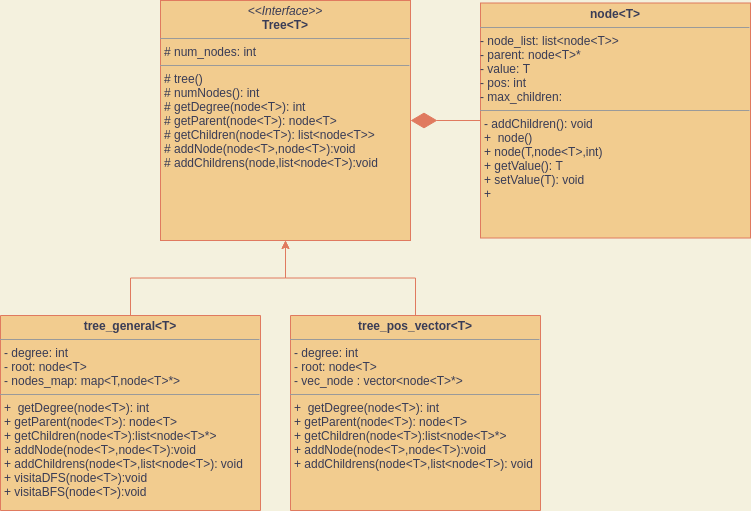
Above: data_structure.drawio.png in nicofiorini98/data_structure (draw.io), before the change. Source tidied: cells renumbered, new cells last; positions are measured from the earlier drawing's top-left corner, leaving out a move shared by most shapes.
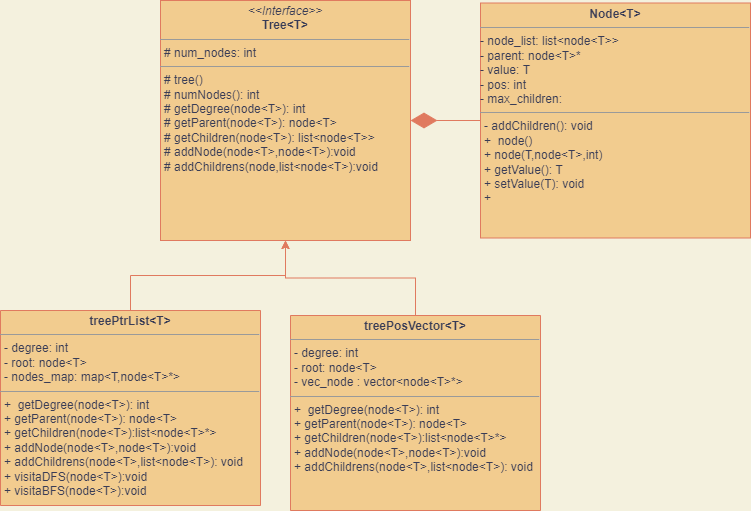
After the change.

Commit message:
city_tree_ptr_list added to main

What changed in the source:
```diff
@@ -10,7 +10,7 @@
         <mxPoint x="650" y="119" as="sourcePoint" />
       </mxGeometry>
     </mxCell>
-    <mxCell id="4" value="&lt;p style=&quot;margin: 0px ; margin-top: 4px ; text-align: center&quot;&gt;&lt;b&gt;node&amp;lt;T&amp;gt;&lt;/b&gt;&lt;/p&gt;&lt;hr size=&quot;1&quot;&gt;&lt;p style=&quot;margin: 0px ; margin-left: 4px&quot;&gt;&lt;/p&gt;- node_list: list&amp;lt;node&amp;lt;T&amp;gt;&amp;gt;&lt;br&gt;- parent: node&amp;lt;T&amp;gt;*&lt;br&gt;- value: T&lt;br&gt;- pos: int&amp;nbsp;&lt;br&gt;- max_children:&amp;nbsp;&lt;br&gt;&lt;hr size=&quot;1&quot;&gt;&lt;p style=&quot;margin: 0px ; margin-left: 4px&quot;&gt;- addChildren(): void&lt;/p&gt;&lt;p style=&quot;margin: 0px ; margin-left: 4px&quot;&gt;&lt;span&gt;+&amp;nbsp; node()&lt;/span&gt;&lt;/p&gt;&lt;p style=&quot;margin: 0px ; margin-left: 4px&quot;&gt;&lt;span&gt;+ node(T,node&amp;lt;T&amp;gt;,int)&lt;/span&gt;&lt;/p&gt;&lt;p style=&quot;margin: 0px ; margin-left: 4px&quot;&gt;&lt;span&gt;+ getValue(): T&lt;/span&gt;&lt;/p&gt;&lt;p style=&quot;margin: 0px ; margin-left: 4px&quot;&gt;&lt;span&gt;+ setValue(T): void&lt;/span&gt;&lt;/p&gt;&lt;p style=&quot;margin: 0px ; margin-left: 4px&quot;&gt;&lt;span&gt;+&amp;nbsp;&lt;/span&gt;&lt;/p&gt;" style="verticalAlign=top;align=left;overflow=fill;fontSize=12;fontFamily=Helvetica;html=1;fillColor=#F2CC8F;strokeColor=#E07A5F;fontColor=#393C56;" parent="1" vertex="1">
+    <mxCell id="4" value="&lt;p style=&quot;margin: 0px ; margin-top: 4px ; text-align: center&quot;&gt;&lt;b&gt;Node&amp;lt;T&amp;gt;&lt;/b&gt;&lt;/p&gt;&lt;hr size=&quot;1&quot;&gt;&lt;p style=&quot;margin: 0px ; margin-left: 4px&quot;&gt;&lt;/p&gt;- node_list: list&amp;lt;node&amp;lt;T&amp;gt;&amp;gt;&lt;br&gt;- parent: node&amp;lt;T&amp;gt;*&lt;br&gt;- value: T&lt;br&gt;- pos: int&amp;nbsp;&lt;br&gt;- max_children:&amp;nbsp;&lt;br&gt;&lt;hr size=&quot;1&quot;&gt;&lt;p style=&quot;margin: 0px ; margin-left: 4px&quot;&gt;- addChildren(): void&lt;/p&gt;&lt;p style=&quot;margin: 0px ; margin-left: 4px&quot;&gt;&lt;span&gt;+&amp;nbsp; node()&lt;/span&gt;&lt;/p&gt;&lt;p style=&quot;margin: 0px ; margin-left: 4px&quot;&gt;&lt;span&gt;+ node(T,node&amp;lt;T&amp;gt;,int)&lt;/span&gt;&lt;/p&gt;&lt;p style=&quot;margin: 0px ; margin-left: 4px&quot;&gt;&lt;span&gt;+ getValue(): T&lt;/span&gt;&lt;/p&gt;&lt;p style=&quot;margin: 0px ; margin-left: 4px&quot;&gt;&lt;span&gt;+ setValue(T): void&lt;/span&gt;&lt;/p&gt;&lt;p style=&quot;margin: 0px ; margin-left: 4px&quot;&gt;&lt;span&gt;+&amp;nbsp;&lt;/span&gt;&lt;/p&gt;" style="verticalAlign=top;align=left;overflow=fill;fontSize=12;fontFamily=Helvetica;html=1;fillColor=#F2CC8F;strokeColor=#E07A5F;fontColor=#393C56;" parent="1" vertex="1">
       <mxGeometry x="480" y="2.5" width="270" height="235" as="geometry" />
     </mxCell>
     <mxCell id="5" style="endArrow=diamondThin;endFill=1;endSize=24;html=1;entryX=1;entryY=0.5;entryDx=0;entryDy=0;exitX=0;exitY=0.5;exitDx=0;exitDy=0;labelBackgroundColor=#F4F1DE;strokeColor=#E07A5F;fontColor=#393C56;" parent="1" edge="1" source="4" target="2">
@@ -19,13 +19,13 @@
     <mxCell id="6" style="edgeStyle=orthogonalEdgeStyle;rounded=0;jettySize=auto;html=1;entryX=0.5;entryY=1;entryDx=0;entryDy=0;labelBackgroundColor=#F4F1DE;strokeColor=#E07A5F;fontColor=#393C56;" parent="1" edge="1" source="7" target="2">
       <mxGeometry relative="1" as="geometry" />
     </mxCell>
-    <mxCell id="7" value="&lt;p style=&quot;margin: 0px ; margin-top: 4px ; text-align: center&quot;&gt;&lt;b&gt;tree_general&amp;lt;T&amp;gt;&lt;/b&gt;&lt;/p&gt;&lt;hr size=&quot;1&quot;&gt;&lt;p style=&quot;margin: 0px ; margin-left: 4px&quot;&gt;- degree: int&lt;/p&gt;&lt;p style=&quot;margin: 0px ; margin-left: 4px&quot;&gt;- root: node&amp;lt;T&amp;gt;&lt;/p&gt;&lt;p style=&quot;margin: 0px ; margin-left: 4px&quot;&gt;- nodes_map: map&amp;lt;T,node&amp;lt;T&amp;gt;*&amp;gt;&lt;/p&gt;&lt;hr size=&quot;1&quot;&gt;&lt;p style=&quot;margin: 0px ; margin-left: 4px&quot;&gt;+&amp;nbsp; getDegree(node&amp;lt;T&amp;gt;): int&lt;/p&gt;&lt;p style=&quot;margin: 0px ; margin-left: 4px&quot;&gt;+ getParent(node&amp;lt;T&amp;gt;): node&amp;lt;T&amp;gt;&lt;/p&gt;&lt;p style=&quot;margin: 0px ; margin-left: 4px&quot;&gt;+ getChildren(node&amp;lt;T&amp;gt;):list&amp;lt;node&amp;lt;T&amp;gt;*&amp;gt;&lt;/p&gt;&lt;p style=&quot;margin: 0px ; margin-left: 4px&quot;&gt;&lt;span&gt;+ addNode(node&amp;lt;T&amp;gt;,node&amp;lt;T&amp;gt;):void&lt;/span&gt;&lt;br&gt;&lt;/p&gt;&lt;p style=&quot;margin: 0px ; margin-left: 4px&quot;&gt;&lt;span&gt;+ addChildrens(node&amp;lt;T&amp;gt;,list&amp;lt;node&amp;lt;T&amp;gt;): void&lt;/span&gt;&lt;/p&gt;&lt;p style=&quot;margin: 0px ; margin-left: 4px&quot;&gt;&lt;span&gt;+ visitaDFS(node&amp;lt;T&amp;gt;):void&lt;/span&gt;&lt;/p&gt;&lt;p style=&quot;margin: 0px ; margin-left: 4px&quot;&gt;&lt;span&gt;+ visitaBFS(node&amp;lt;T&amp;gt;):void&lt;/span&gt;&lt;/p&gt;" style="verticalAlign=top;align=left;overflow=fill;fontSize=12;fontFamily=Helvetica;html=1;fillColor=#F2CC8F;strokeColor=#E07A5F;fontColor=#393C56;direction=north;" parent="1" vertex="1">
-      <mxGeometry y="315" width="260" height="195" as="geometry" />
+    <mxCell id="7" value="&lt;p style=&quot;margin: 0px ; margin-top: 4px ; text-align: center&quot;&gt;&lt;b&gt;treePtrList&amp;lt;T&amp;gt;&lt;/b&gt;&lt;/p&gt;&lt;hr size=&quot;1&quot;&gt;&lt;p style=&quot;margin: 0px ; margin-left: 4px&quot;&gt;- degree: int&lt;/p&gt;&lt;p style=&quot;margin: 0px ; margin-left: 4px&quot;&gt;- root: node&amp;lt;T&amp;gt;&lt;/p&gt;&lt;p style=&quot;margin: 0px ; margin-left: 4px&quot;&gt;- nodes_map: map&amp;lt;T,node&amp;lt;T&amp;gt;*&amp;gt;&lt;/p&gt;&lt;hr size=&quot;1&quot;&gt;&lt;p style=&quot;margin: 0px ; margin-left: 4px&quot;&gt;+&amp;nbsp; getDegree(node&amp;lt;T&amp;gt;): int&lt;/p&gt;&lt;p style=&quot;margin: 0px ; margin-left: 4px&quot;&gt;+ getParent(node&amp;lt;T&amp;gt;): node&amp;lt;T&amp;gt;&lt;/p&gt;&lt;p style=&quot;margin: 0px ; margin-left: 4px&quot;&gt;+ getChildren(node&amp;lt;T&amp;gt;):list&amp;lt;node&amp;lt;T&amp;gt;*&amp;gt;&lt;/p&gt;&lt;p style=&quot;margin: 0px ; margin-left: 4px&quot;&gt;&lt;span&gt;+ addNode(node&amp;lt;T&amp;gt;,node&amp;lt;T&amp;gt;):void&lt;/span&gt;&lt;br&gt;&lt;/p&gt;&lt;p style=&quot;margin: 0px ; margin-left: 4px&quot;&gt;&lt;span&gt;+ addChildrens(node&amp;lt;T&amp;gt;,list&amp;lt;node&amp;lt;T&amp;gt;): void&lt;/span&gt;&lt;/p&gt;&lt;p style=&quot;margin: 0px ; margin-left: 4px&quot;&gt;&lt;span&gt;+ visitaDFS(node&amp;lt;T&amp;gt;):void&lt;/span&gt;&lt;/p&gt;&lt;p style=&quot;margin: 0px ; margin-left: 4px&quot;&gt;&lt;span&gt;+ visitaBFS(node&amp;lt;T&amp;gt;):void&lt;/span&gt;&lt;/p&gt;" style="verticalAlign=top;align=left;overflow=fill;fontSize=12;fontFamily=Helvetica;html=1;fillColor=#F2CC8F;strokeColor=#E07A5F;fontColor=#393C56;direction=north;" parent="1" vertex="1">
+      <mxGeometry y="310" width="260" height="195" as="geometry" />
     </mxCell>
     <mxCell id="8" style="edgeStyle=orthogonalEdgeStyle;rounded=0;sketch=0;jettySize=auto;html=1;exitX=0;exitY=0.5;exitDx=0;exitDy=0;entryX=0.5;entryY=1;entryDx=0;entryDy=0;strokeColor=#E07A5F;fillColor=#F2CC8F;fontColor=#393C56;" parent="1" edge="1" source="9" target="2">
       <mxGeometry relative="1" as="geometry" />
     </mxCell>
-    <mxCell id="9" value="&lt;p style=&quot;margin: 0px ; margin-top: 4px ; text-align: center&quot;&gt;&lt;b&gt;tree_pos_vector&amp;lt;T&amp;gt;&lt;/b&gt;&lt;/p&gt;&lt;hr size=&quot;1&quot;&gt;&lt;p style=&quot;margin: 0px ; margin-left: 4px&quot;&gt;- degree: int&lt;/p&gt;&lt;p style=&quot;margin: 0px ; margin-left: 4px&quot;&gt;- root: node&amp;lt;T&amp;gt;&lt;/p&gt;&lt;p style=&quot;margin: 0px ; margin-left: 4px&quot;&gt;- vec_node : vector&amp;lt;node&amp;lt;T&amp;gt;*&amp;gt;&lt;/p&gt;&lt;hr size=&quot;1&quot;&gt;&lt;p style=&quot;margin: 0px ; margin-left: 4px&quot;&gt;+&amp;nbsp; getDegree(node&amp;lt;T&amp;gt;): int&lt;/p&gt;&lt;p style=&quot;margin: 0px ; margin-left: 4px&quot;&gt;+ getParent(node&amp;lt;T&amp;gt;): node&amp;lt;T&amp;gt;&lt;/p&gt;&lt;p style=&quot;margin: 0px ; margin-left: 4px&quot;&gt;+ getChildren(node&amp;lt;T&amp;gt;):list&amp;lt;node&amp;lt;T&amp;gt;*&amp;gt;&lt;/p&gt;&lt;p style=&quot;margin: 0px ; margin-left: 4px&quot;&gt;&lt;span&gt;+ addNode(node&amp;lt;T&amp;gt;,node&amp;lt;T&amp;gt;):void&lt;/span&gt;&lt;br&gt;&lt;/p&gt;&lt;p style=&quot;margin: 0px ; margin-left: 4px&quot;&gt;&lt;span&gt;+ addChildrens(node&amp;lt;T&amp;gt;,list&amp;lt;node&amp;lt;T&amp;gt;): void&lt;/span&gt;&lt;/p&gt;&lt;p style=&quot;margin: 0px ; margin-left: 4px&quot;&gt;&lt;br&gt;&lt;/p&gt;" style="verticalAlign=top;align=left;overflow=fill;fontSize=12;fontFamily=Helvetica;html=1;fillColor=#F2CC8F;strokeColor=#E07A5F;fontColor=#393C56;direction=south;" parent="1" vertex="1">
+    <mxCell id="9" value="&lt;p style=&quot;margin: 0px ; margin-top: 4px ; text-align: center&quot;&gt;&lt;b&gt;treePosVector&amp;lt;T&amp;gt;&lt;/b&gt;&lt;/p&gt;&lt;hr size=&quot;1&quot;&gt;&lt;p style=&quot;margin: 0px ; margin-left: 4px&quot;&gt;- degree: int&lt;/p&gt;&lt;p style=&quot;margin: 0px ; margin-left: 4px&quot;&gt;- root: node&amp;lt;T&amp;gt;&lt;/p&gt;&lt;p style=&quot;margin: 0px ; margin-left: 4px&quot;&gt;- vec_node : vector&amp;lt;node&amp;lt;T&amp;gt;*&amp;gt;&lt;/p&gt;&lt;hr size=&quot;1&quot;&gt;&lt;p style=&quot;margin: 0px ; margin-left: 4px&quot;&gt;+&amp;nbsp; getDegree(node&amp;lt;T&amp;gt;): int&lt;/p&gt;&lt;p style=&quot;margin: 0px ; margin-left: 4px&quot;&gt;+ getParent(node&amp;lt;T&amp;gt;): node&amp;lt;T&amp;gt;&lt;/p&gt;&lt;p style=&quot;margin: 0px ; margin-left: 4px&quot;&gt;+ getChildren(node&amp;lt;T&amp;gt;):list&amp;lt;node&amp;lt;T&amp;gt;*&amp;gt;&lt;/p&gt;&lt;p style=&quot;margin: 0px ; margin-left: 4px&quot;&gt;&lt;span&gt;+ addNode(node&amp;lt;T&amp;gt;,node&amp;lt;T&amp;gt;):void&lt;/span&gt;&lt;br&gt;&lt;/p&gt;&lt;p style=&quot;margin: 0px ; margin-left: 4px&quot;&gt;&lt;span&gt;+ addChildrens(node&amp;lt;T&amp;gt;,list&amp;lt;node&amp;lt;T&amp;gt;): void&lt;/span&gt;&lt;/p&gt;&lt;p style=&quot;margin: 0px ; margin-left: 4px&quot;&gt;&lt;br&gt;&lt;/p&gt;" style="verticalAlign=top;align=left;overflow=fill;fontSize=12;fontFamily=Helvetica;html=1;fillColor=#F2CC8F;strokeColor=#E07A5F;fontColor=#393C56;direction=south;" parent="1" vertex="1">
       <mxGeometry x="290" y="315" width="250" height="195" as="geometry" />
     </mxCell>
   </root>
```
